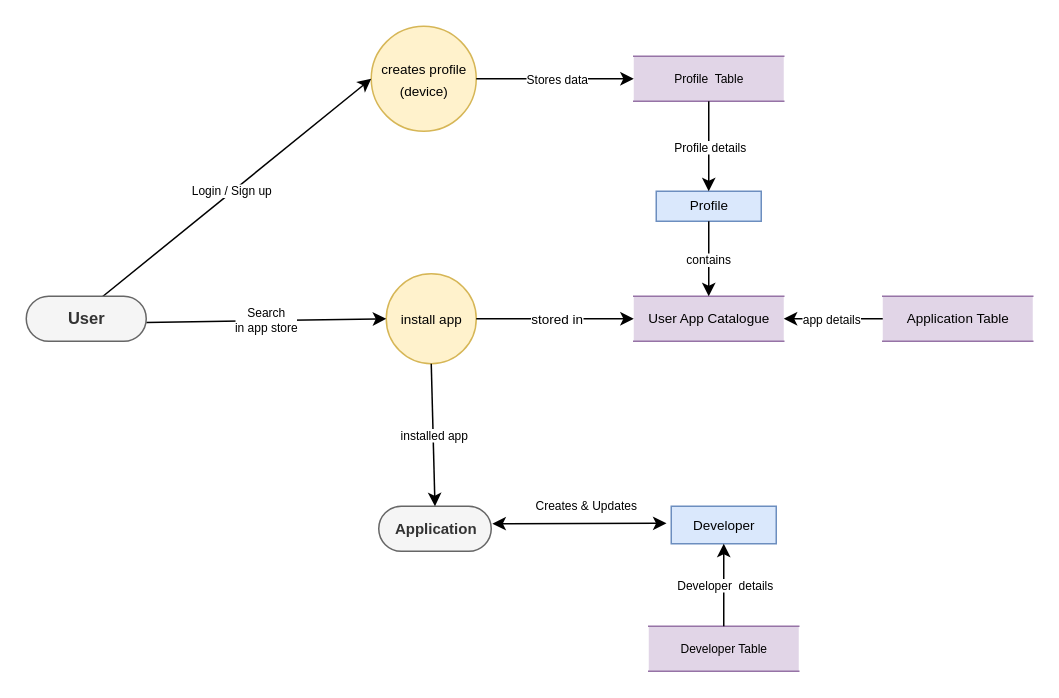
Charan-Patnaik/dmdd keeps this draw.io diagram as dfd_3.drawio. Above is the earlier version. Source tidied: cells renumbered, new cells numbered last; positions are measured from the earlier drawing's top-left corner, leaving out a move shared by most shapes. Both pictures are drawn from the tidied source at 150%, with x=0, y=0 at pixel (26, 26).
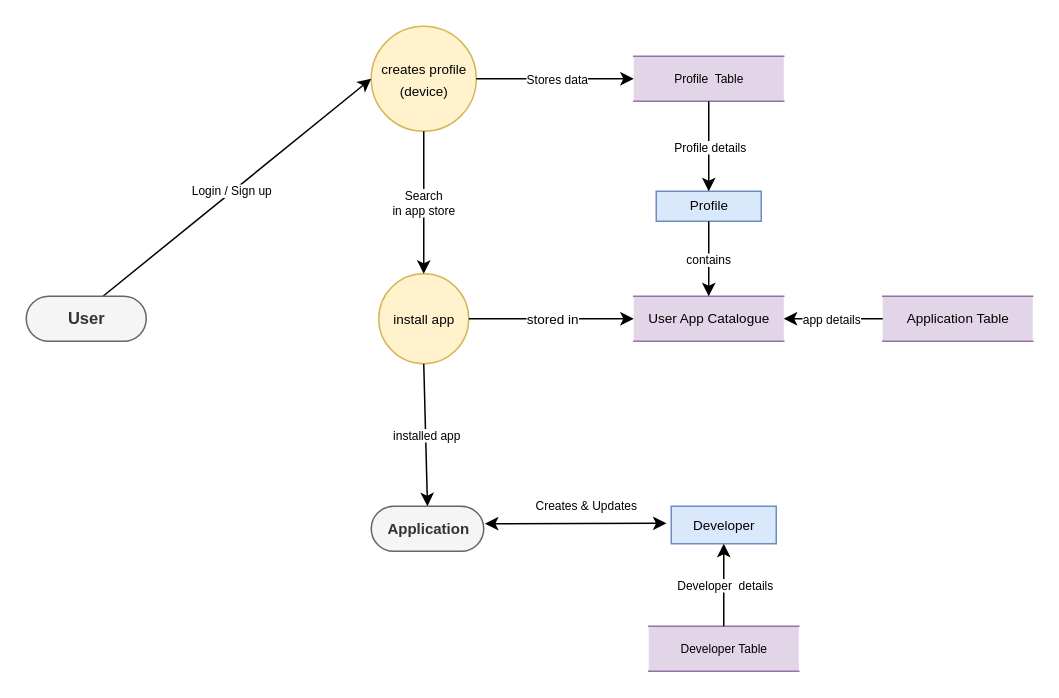
Above is the later version.

The change refers to these unchanged cells:
```xml
<mxCell id="3" value="&lt;font style=&quot;font-size: 9px;&quot;&gt;creates profile&lt;br&gt;(device)&lt;/font&gt;" style="shape=ellipse;html=1;dashed=0;whitespace=wrap;perimeter=ellipsePerimeter;fontSize=12;fillColor=#fff2cc;strokeColor=#d6b656;" parent="1" vertex="1">
  <mxGeometry x="230" width="70" height="70" as="geometry" />
</mxCell>
```

Diff of the diagram source:
```diff
@@
     <mxCell id="5" value="&lt;font style=&quot;font-size: 9px;&quot;&gt;&lt;br&gt;install app&lt;br&gt;&lt;br&gt;&lt;/font&gt;" style="shape=ellipse;html=1;dashed=0;whitespace=wrap;perimeter=ellipsePerimeter;fontSize=12;fillColor=#fff2cc;strokeColor=#d6b656;" parent="1" vertex="1">
-      <mxGeometry x="240" y="165" width="60" height="60" as="geometry" />
+      <mxGeometry x="235" y="165" width="60" height="60" as="geometry" />
     </mxCell>
@@
-    <mxCell id="8" value="Search&lt;br&gt;in app store" style="endArrow=classic;html=1;fontSize=8;curved=1;exitX=1;exitY=0.5;exitDx=0;exitDy=0;entryX=0;entryY=0.5;entryDx=0;entryDy=0;" parent="1" edge="1" target="5">
-      <mxGeometry relative="1" as="geometry">
-        <mxPoint x="80" y="197.5" as="sourcePoint" />
-      </mxGeometry>
+    <mxCell id="8" value="Search&lt;br&gt;in app store" style="endArrow=classic;html=1;fontSize=8;curved=1;exitX=0.5;exitY=1;exitDx=0;exitDy=0;entryX=0.5;entryY=0;entryDx=0;entryDy=0;" parent="1" edge="1" source="3" target="5">
+      <mxGeometry relative="1" as="geometry" />
     </mxCell>
@@
     <mxCell id="20" value="Application" style="html=1;dashed=0;whitespace=wrap;shape=mxgraph.dfd.start;fillColor=#f5f5f5;fontColor=#333333;strokeColor=#666666;fontStyle=1;fontSize=10;" parent="1" vertex="1">
-      <mxGeometry x="235" y="320" width="75" height="30" as="geometry" />
+      <mxGeometry x="230" y="320" width="75" height="30" as="geometry" />
     </mxCell>
```
